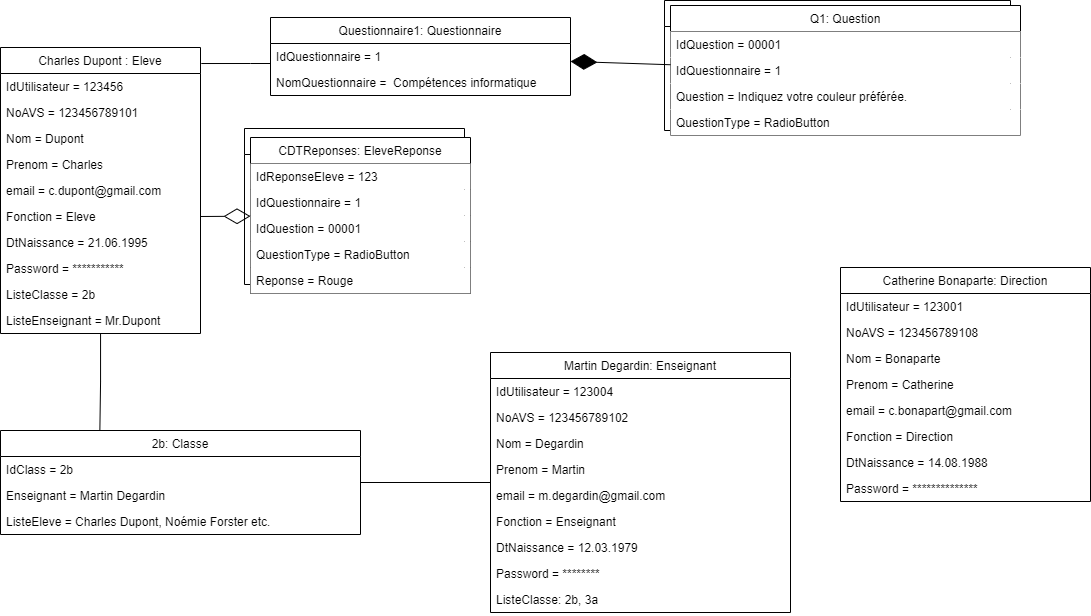
Before: Diagrammes/ObjectDiagramEleve.drawio.png, a diagram exported from draw.io (Devetik/Diagrammes). Source tidied: cells renumbered, new cells last; positions are measured from the earlier drawing's top-left corner, leaving out a move shared by most shapes.
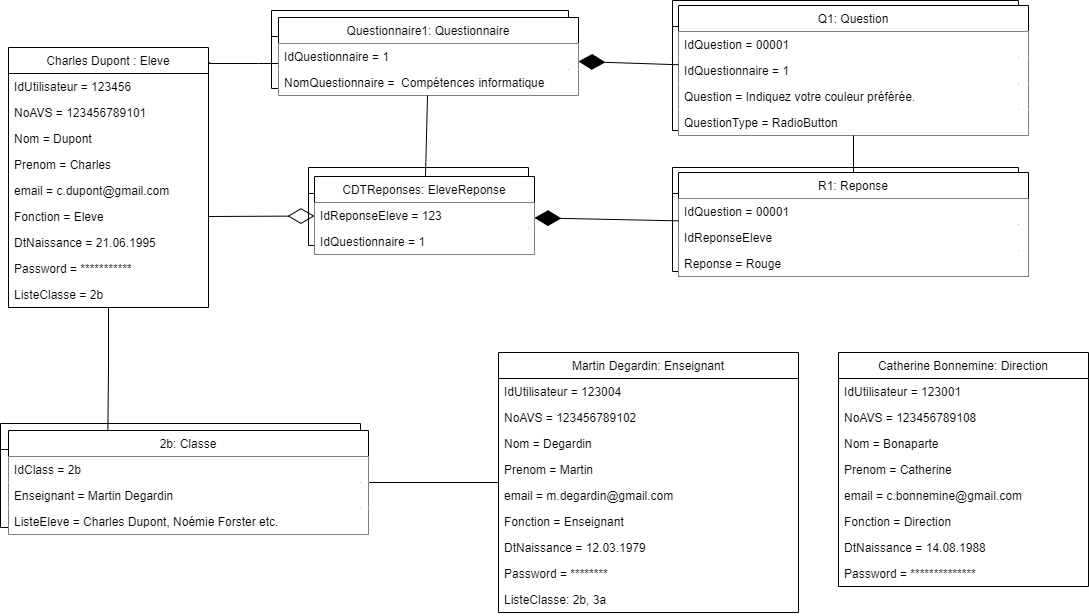
Later version of the same file.

Diff of the diagram source:
```diff
@@ -2,6 +2,27 @@
   <root>
     <mxCell id="0" />
     <mxCell id="1" parent="0" />
+    <mxCell id="66" value=" " style="swimlane;fontStyle=0;horizontal=1;startSize=26;fillColor=none;" parent="1" vertex="1">
+      <mxGeometry x="-8" y="423" width="360" height="104" as="geometry" />
+    </mxCell>
+    <mxCell id="67" value=" " style="text;strokeColor=none;fillColor=none;align=left;verticalAlign=top;spacingLeft=4;spacingRight=4;overflow=hidden;" parent="66" vertex="1">
+      <mxGeometry y="26" width="360" height="26" as="geometry" />
+    </mxCell>
+    <mxCell id="68" value=" " style="text;strokeColor=none;fillColor=none;align=left;verticalAlign=top;spacingLeft=4;spacingRight=4;overflow=hidden;" parent="66" vertex="1">
+      <mxGeometry y="52" width="360" height="26" as="geometry" />
+    </mxCell>
+    <mxCell id="69" value=" " style="text;strokeColor=none;fillColor=none;align=left;verticalAlign=top;spacingLeft=4;spacingRight=4;overflow=hidden;" parent="66" vertex="1">
+      <mxGeometry y="78" width="360" height="26" as="geometry" />
+    </mxCell>
+    <mxCell id="70" value=" " style="swimlane;fontStyle=0;horizontal=1;startSize=26;fillColor=none;" parent="1" vertex="1">
+      <mxGeometry x="263" y="10" width="297" height="78" as="geometry" />
+    </mxCell>
+    <mxCell id="71" style="text;strokeColor=none;fillColor=none;align=left;verticalAlign=top;spacingLeft=4;spacingRight=4;overflow=hidden;" parent="70" vertex="1">
+      <mxGeometry y="26" width="297" height="26" as="geometry" />
+    </mxCell>
+    <mxCell id="72" style="text;strokeColor=none;fillColor=none;align=left;verticalAlign=top;spacingLeft=4;spacingRight=4;overflow=hidden;" parent="70" vertex="1">
+      <mxGeometry y="52" width="297" height="26" as="geometry" />
+    </mxCell>
     <mxCell id="2" style="swimlane;fontStyle=0;horizontal=1;startSize=26;fillColor=none;" parent="1" vertex="1">
       <mxGeometry x="664" width="346" height="130" as="geometry" />
     </mxCell>
@@ -18,7 +39,7 @@
       <mxGeometry y="104" width="346" height="26" as="geometry" />
     </mxCell>
     <mxCell id="7" style="swimlane;fontStyle=0;horizontal=1;startSize=26;fillColor=none;" parent="1" vertex="1">
-      <mxGeometry x="244" y="128" width="220" height="156" as="geometry" />
+      <mxGeometry x="300" y="167" width="220" height="78" as="geometry" />
     </mxCell>
     <mxCell id="8" value=" " style="text;strokeColor=none;fillColor=none;align=left;verticalAlign=top;spacingLeft=4;spacingRight=4;overflow=hidden;" parent="7" vertex="1">
       <mxGeometry y="26" width="220" height="26" as="geometry" />
@@ -26,15 +47,6 @@
     <mxCell id="9" style="text;strokeColor=none;fillColor=none;align=left;verticalAlign=top;spacingLeft=4;spacingRight=4;overflow=hidden;" parent="7" vertex="1">
       <mxGeometry y="52" width="220" height="26" as="geometry" />
     </mxCell>
-    <mxCell id="10" style="text;strokeColor=none;fillColor=none;align=left;verticalAlign=top;spacingLeft=4;spacingRight=4;overflow=hidden;" parent="7" vertex="1">
-      <mxGeometry y="78" width="220" height="26" as="geometry" />
-    </mxCell>
-    <mxCell id="11" style="text;strokeColor=none;fillColor=none;align=left;verticalAlign=top;spacingLeft=4;spacingRight=4;overflow=hidden;" parent="7" vertex="1">
-      <mxGeometry y="104" width="220" height="26" as="geometry" />
-    </mxCell>
-    <mxCell id="12" style="text;strokeColor=none;fillColor=none;align=left;verticalAlign=top;spacingLeft=4;spacingRight=4;overflow=hidden;" parent="7" vertex="1">
-      <mxGeometry y="130" width="220" height="26" as="geometry" />
-    </mxCell>
     <mxCell id="13" style="edgeStyle=orthogonalEdgeStyle;rounded=0;jettySize=auto;html=1;entryX=0.276;entryY=0.003;entryDx=0;entryDy=0;entryPerimeter=0;endArrow=none;endFill=0;" parent="1" edge="1" source="15" target="35">
       <mxGeometry relative="1" as="geometry" />
     </mxCell>
@@ -47,7 +59,7 @@
       </mxGeometry>
     </mxCell>
     <mxCell id="15" value="Charles Dupont : Eleve" style="swimlane;fontStyle=0;horizontal=1;startSize=26;fillColor=none;" parent="1" vertex="1">
-      <mxGeometry y="47" width="200" height="286" as="geometry" />
+      <mxGeometry y="47" width="200" height="260" as="geometry" />
     </mxCell>
     <mxCell id="16" value="IdUtilisateur = 123456" style="text;strokeColor=none;fillColor=none;align=left;verticalAlign=top;spacingLeft=4;spacingRight=4;overflow=hidden;" parent="15" vertex="1">
       <mxGeometry y="26" width="200" height="26" as="geometry" />
@@ -76,9 +88,6 @@
     <mxCell id="24" value="ListeClasse = 2b" style="text;strokeColor=none;fillColor=none;align=left;verticalAlign=top;spacingLeft=4;spacingRight=4;overflow=hidden;" parent="15" vertex="1">
       <mxGeometry y="234" width="200" height="26" as="geometry" />
     </mxCell>
-    <mxCell id="25" value="ListeEnseignant = Mr.Dupont" style="text;strokeColor=none;fillColor=none;align=left;verticalAlign=top;spacingLeft=4;spacingRight=4;overflow=hidden;" parent="15" vertex="1">
-      <mxGeometry y="260" width="200" height="26" as="geometry" />
-    </mxCell>
     <mxCell id="26" value="Q1: Question" style="swimlane;fontStyle=0;horizontal=1;startSize=26;fillColor=default;" parent="1" vertex="1">
       <mxGeometry x="670" y="5" width="350" height="130" as="geometry" />
     </mxCell>
@@ -94,28 +103,28 @@
     <mxCell id="30" value="QuestionType = RadioButton" style="text;strokeColor=none;fillColor=default;align=left;verticalAlign=top;spacingLeft=4;spacingRight=4;overflow=hidden;" parent="26" vertex="1">
       <mxGeometry y="104" width="350" height="26" as="geometry" />
     </mxCell>
-    <mxCell id="31" value="Questionnaire1: Questionnaire" style="swimlane;fontStyle=0;horizontal=1;startSize=26;fillColor=none;" parent="1" vertex="1">
+    <mxCell id="31" value="Questionnaire1: Questionnaire" style="swimlane;fontStyle=0;horizontal=1;startSize=26;fillColor=default;" parent="1" vertex="1">
       <mxGeometry x="270" y="17" width="300" height="78" as="geometry" />
     </mxCell>
-    <mxCell id="32" value="IdQuestionnaire = 1" style="text;strokeColor=none;fillColor=none;align=left;verticalAlign=top;spacingLeft=4;spacingRight=4;overflow=hidden;" parent="31" vertex="1">
+    <mxCell id="32" value="IdQuestionnaire = 1" style="text;strokeColor=none;fillColor=default;align=left;verticalAlign=top;spacingLeft=4;spacingRight=4;overflow=hidden;" parent="31" vertex="1">
       <mxGeometry y="26" width="300" height="26" as="geometry" />
     </mxCell>
-    <mxCell id="33" value="NomQuestionnaire =  Compétences informatique" style="text;strokeColor=none;fillColor=none;align=left;verticalAlign=top;spacingLeft=4;spacingRight=4;overflow=hidden;" parent="31" vertex="1">
+    <mxCell id="33" value="NomQuestionnaire =  Compétences informatique" style="text;strokeColor=none;fillColor=default;align=left;verticalAlign=top;spacingLeft=4;spacingRight=4;overflow=hidden;" parent="31" vertex="1">
       <mxGeometry y="52" width="300" height="26" as="geometry" />
     </mxCell>
     <mxCell id="34" style="edgeStyle=orthogonalEdgeStyle;rounded=0;jettySize=auto;html=1;endArrow=none;endFill=0;" parent="1" edge="1" source="35" target="39">
       <mxGeometry relative="1" as="geometry" />
     </mxCell>
-    <mxCell id="35" value="2b: Classe" style="swimlane;fontStyle=0;horizontal=1;startSize=26;fillColor=none;" parent="1" vertex="1">
+    <mxCell id="35" value="2b: Classe" style="swimlane;fontStyle=0;horizontal=1;startSize=26;fillColor=default;" parent="1" vertex="1">
       <mxGeometry y="430" width="360" height="104" as="geometry" />
     </mxCell>
-    <mxCell id="36" value="IdClass = 2b" style="text;strokeColor=none;fillColor=none;align=left;verticalAlign=top;spacingLeft=4;spacingRight=4;overflow=hidden;" parent="35" vertex="1">
+    <mxCell id="36" value="IdClass = 2b" style="text;strokeColor=none;fillColor=default;align=left;verticalAlign=top;spacingLeft=4;spacingRight=4;overflow=hidden;" parent="35" vertex="1">
       <mxGeometry y="26" width="360" height="26" as="geometry" />
     </mxCell>
-    <mxCell id="37" value="Enseignant = Martin Degardin" style="text;strokeColor=none;fillColor=none;align=left;verticalAlign=top;spacingLeft=4;spacingRight=4;overflow=hidden;" parent="35" vertex="1">
+    <mxCell id="37" value="Enseignant = Martin Degardin" style="text;strokeColor=none;fillColor=default;align=left;verticalAlign=top;spacingLeft=4;spacingRight=4;overflow=hidden;" parent="35" vertex="1">
       <mxGeometry y="52" width="360" height="26" as="geometry" />
     </mxCell>
-    <mxCell id="38" value="ListeEleve = Charles Dupont, Noémie Forster etc." style="text;strokeColor=none;fillColor=none;align=left;verticalAlign=top;spacingLeft=4;spacingRight=4;overflow=hidden;" parent="35" vertex="1">
+    <mxCell id="38" value="ListeEleve = Charles Dupont, Noémie Forster etc." style="text;strokeColor=none;fillColor=default;align=left;verticalAlign=top;spacingLeft=4;spacingRight=4;overflow=hidden;" parent="35" vertex="1">
       <mxGeometry y="78" width="360" height="26" as="geometry" />
     </mxCell>
     <mxCell id="39" value="Martin Degardin: Enseignant" style="swimlane;fontStyle=0;horizontal=1;startSize=26;fillColor=none;" parent="1" vertex="1">
@@ -148,8 +157,8 @@
     <mxCell id="48" value="ListeClasse: 2b, 3a" style="text;strokeColor=none;fillColor=none;align=left;verticalAlign=top;spacingLeft=4;spacingRight=4;overflow=hidden;" parent="39" vertex="1">
       <mxGeometry y="234" width="300" height="26" as="geometry" />
     </mxCell>
-    <mxCell id="49" value="Catherine Bonaparte: Direction" style="swimlane;fontStyle=0;horizontal=1;startSize=26;fillColor=none;" parent="1" vertex="1">
-      <mxGeometry x="840" y="267" width="250" height="234" as="geometry" />
+    <mxCell id="49" value="Catherine Bonnemine: Direction" style="swimlane;fontStyle=0;horizontal=1;startSize=26;fillColor=none;" parent="1" vertex="1">
+      <mxGeometry x="830" y="352" width="250" height="234" as="geometry" />
     </mxCell>
     <mxCell id="50" value="IdUtilisateur = 123001" style="text;strokeColor=none;fillColor=none;align=left;verticalAlign=top;spacingLeft=4;spacingRight=4;overflow=hidden;" parent="49" vertex="1">
       <mxGeometry y="26" width="250" height="26" as="geometry" />
@@ -163,7 +172,7 @@
     <mxCell id="53" value="Prenom = Catherine" style="text;strokeColor=none;fillColor=none;align=left;verticalAlign=top;spacingLeft=4;spacingRight=4;overflow=hidden;" parent="49" vertex="1">
       <mxGeometry y="104" width="250" height="26" as="geometry" />
     </mxCell>
-    <mxCell id="54" value="email = c.bonapart@gmail.com" style="text;strokeColor=none;fillColor=none;align=left;verticalAlign=top;spacingLeft=4;spacingRight=4;overflow=hidden;" parent="49" vertex="1">
+    <mxCell id="54" value="email = c.bonnemine@gmail.com" style="text;strokeColor=none;fillColor=none;align=left;verticalAlign=top;spacingLeft=4;spacingRight=4;overflow=hidden;" parent="49" vertex="1">
       <mxGeometry y="130" width="250" height="26" as="geometry" />
     </mxCell>
     <mxCell id="55" value="Fonction = Direction" style="text;strokeColor=none;fillColor=none;align=left;verticalAlign=top;spacingLeft=4;spacingRight=4;overflow=hidden;" parent="49" vertex="1">
@@ -175,8 +184,11 @@
     <mxCell id="57" value="Password = **************" style="text;strokeColor=none;fillColor=none;align=left;verticalAlign=top;spacingLeft=4;spacingRight=4;overflow=hidden;" parent="49" vertex="1">
       <mxGeometry y="208" width="250" height="26" as="geometry" />
     </mxCell>
+    <mxCell id="73" style="rounded=0;jettySize=auto;html=1;endArrow=none;endFill=0;" parent="1" edge="1" source="58" target="31">
+      <mxGeometry relative="1" as="geometry" />
+    </mxCell>
     <mxCell id="58" value="CDTReponses: EleveReponse" style="swimlane;fontStyle=0;horizontal=1;startSize=26;fillColor=default;gradientColor=none;" parent="1" vertex="1">
-      <mxGeometry x="250" y="137" width="220" height="156" as="geometry" />
+      <mxGeometry x="306" y="176" width="220" height="78" as="geometry" />
     </mxCell>
     <mxCell id="59" value="IdReponseEleve = 123" style="text;strokeColor=none;fillColor=default;align=left;verticalAlign=top;spacingLeft=4;spacingRight=4;overflow=hidden;" parent="58" vertex="1">
       <mxGeometry y="26" width="220" height="26" as="geometry" />
@@ -184,20 +196,43 @@
     <mxCell id="60" value="IdQuestionnaire = 1" style="text;strokeColor=none;fillColor=default;align=left;verticalAlign=top;spacingLeft=4;spacingRight=4;overflow=hidden;" parent="58" vertex="1">
       <mxGeometry y="52" width="220" height="26" as="geometry" />
     </mxCell>
-    <mxCell id="61" value="IdQuestion = 00001" style="text;strokeColor=none;fillColor=default;align=left;verticalAlign=top;spacingLeft=4;spacingRight=4;overflow=hidden;" parent="58" vertex="1">
-      <mxGeometry y="78" width="220" height="26" as="geometry" />
-    </mxCell>
-    <mxCell id="62" value="QuestionType = RadioButton" style="text;strokeColor=none;fillColor=default;align=left;verticalAlign=top;spacingLeft=4;spacingRight=4;overflow=hidden;" parent="58" vertex="1">
-      <mxGeometry y="104" width="220" height="26" as="geometry" />
-    </mxCell>
-    <mxCell id="63" value="Reponse = Rouge" style="text;strokeColor=none;fillColor=default;align=left;verticalAlign=top;spacingLeft=4;spacingRight=4;overflow=hidden;" parent="58" vertex="1">
-      <mxGeometry y="130" width="220" height="26" as="geometry" />
-    </mxCell>
     <mxCell id="64" style="endArrow=diamondThin;endFill=1;endSize=24;html=1;rounded=0;" parent="1" edge="1" source="26" target="31">
       <mxGeometry relative="1" as="geometry" />
     </mxCell>
     <mxCell id="65" style="endArrow=diamondThin;endFill=0;endSize=24;html=1;rounded=0;exitX=1;exitY=0.5;exitDx=0;exitDy=0;" parent="1" edge="1" source="21" target="58">
       <mxGeometry relative="1" as="geometry" />
     </mxCell>
+    <mxCell id="74" style="swimlane;fontStyle=0;horizontal=1;startSize=26;fillColor=none;" parent="1" vertex="1">
+      <mxGeometry x="664" y="167" width="346" height="104" as="geometry" />
+    </mxCell>
+    <mxCell id="75" value=" " style="text;strokeColor=none;fillColor=none;align=left;verticalAlign=top;spacingLeft=4;spacingRight=4;overflow=hidden;" parent="74" vertex="1">
+      <mxGeometry y="26" width="346" height="26" as="geometry" />
+    </mxCell>
+    <mxCell id="76" style="text;strokeColor=none;fillColor=none;align=left;verticalAlign=top;spacingLeft=4;spacingRight=4;overflow=hidden;" parent="74" vertex="1">
+      <mxGeometry y="52" width="346" height="26" as="geometry" />
+    </mxCell>
+    <mxCell id="77" style="text;strokeColor=none;fillColor=none;align=left;verticalAlign=top;spacingLeft=4;spacingRight=4;overflow=hidden;" parent="74" vertex="1">
+      <mxGeometry y="78" width="346" height="26" as="geometry" />
+    </mxCell>
+    <mxCell id="78" style="edgeStyle=none;rounded=0;jettySize=auto;html=1;entryX=0.5;entryY=1;entryDx=0;entryDy=0;endArrow=none;endFill=0;" parent="1" edge="1" source="79" target="26">
+      <mxGeometry relative="1" as="geometry" />
+    </mxCell>
+    <mxCell id="79" value="R1: Reponse" style="swimlane;fontStyle=0;horizontal=1;startSize=26;fillColor=default;" parent="1" vertex="1">
+      <mxGeometry x="670" y="172" width="350" height="104" as="geometry" />
+    </mxCell>
+    <mxCell id="61" value="IdQuestion = 00001" style="text;strokeColor=none;fillColor=default;align=left;verticalAlign=top;spacingLeft=4;spacingRight=4;overflow=hidden;" parent="79" vertex="1">
+      <mxGeometry y="26" width="350" height="26" as="geometry" />
+    </mxCell>
+    <mxCell id="80" value="IdReponseEleve" style="text;strokeColor=none;fillColor=default;align=left;verticalAlign=top;spacingLeft=4;spacingRight=4;overflow=hidden;" parent="79" vertex="1">
+      <mxGeometry y="52" width="350" height="26" as="geometry" />
+    </mxCell>
+    <mxCell id="63" value="Reponse = Rouge" style="text;strokeColor=none;fillColor=default;align=left;verticalAlign=top;spacingLeft=4;spacingRight=4;overflow=hidden;" parent="79" vertex="1">
+      <mxGeometry y="78" width="350" height="26" as="geometry" />
+    </mxCell>
+    <mxCell id="81" style="endArrow=diamondThin;endFill=1;endSize=24;html=1;rounded=0;" parent="1" edge="1" source="79">
+      <mxGeometry relative="1" as="geometry">
+        <mxPoint x="526" y="217.4" as="targetPoint" />
+      </mxGeometry>
+    </mxCell>
   </root>
 </mxGraphModel>
```
